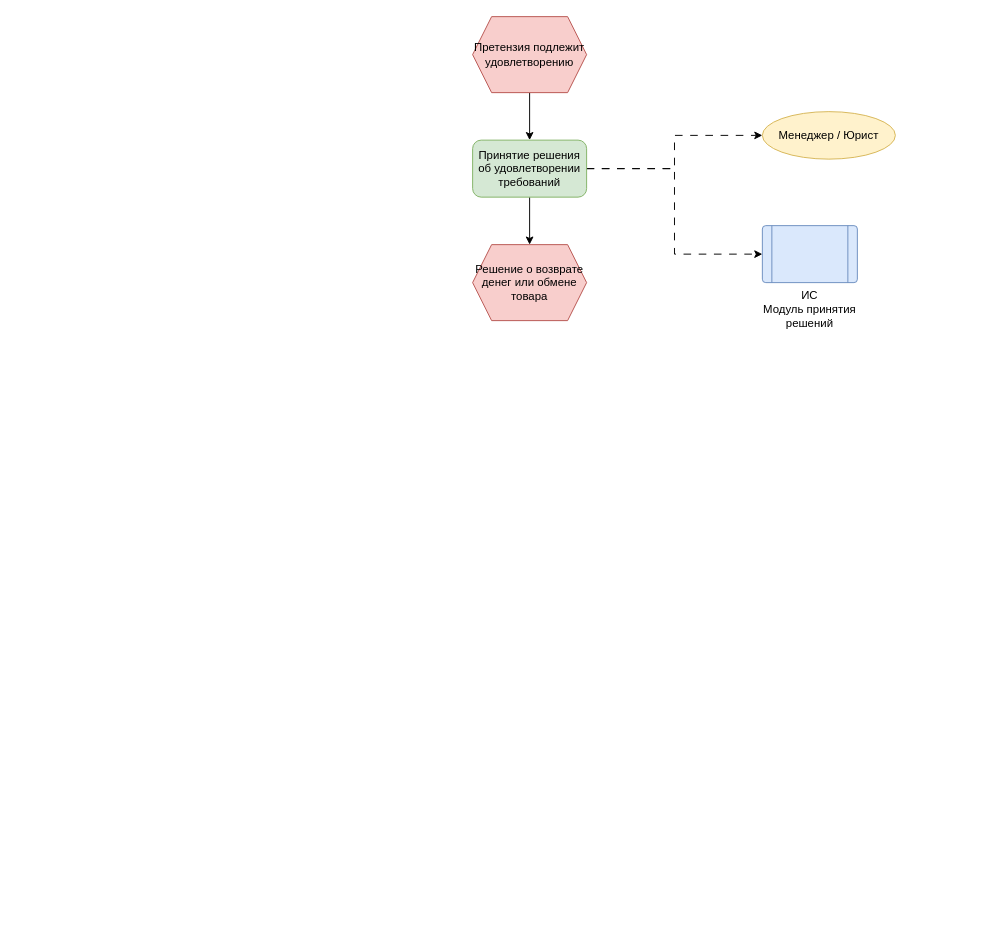
This is page "Page-3" (3 of 3) of Untitled Diagram.drawio from rxzzd/miabp, a draw.io file, before an edit. Source tidied: cells renumbered, new cells numbered last; positions are measured from the earlier drawing's top-left corner, leaving out a move shared by most shapes. Both pictures are drawn from the tidied source at 95%, with x=0, y=0 at pixel (472, 16).
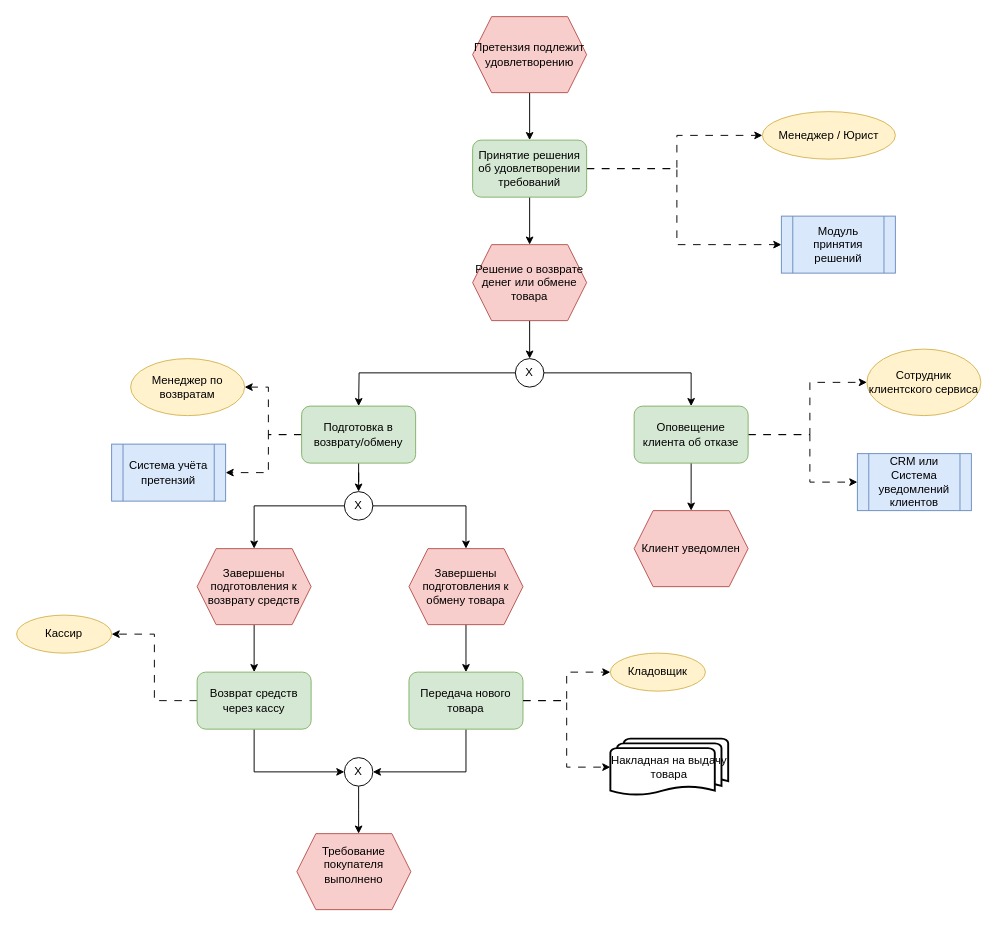
The same page after the edit.

Unchanged cells that the change refers to:
```xml
<mxCell id="7" value="Принятие решения об удовлетворении требований" style="rounded=1;whiteSpace=wrap;html=1;fillColor=#d5e8d4;strokeColor=#82b366;" parent="1" vertex="1">
  <mxGeometry y="130" width="120" height="60" as="geometry" />
</mxCell>
<mxCell id="8" value="&lt;p class=&quot;&quot;&gt;&lt;span&gt;Решение о возврате денег или обмене товара&lt;/span&gt;&lt;/p&gt;" style="shape=hexagon;perimeter=hexagonPerimeter2;whiteSpace=wrap;html=1;fixedSize=1;fillColor=#f8cecc;strokeColor=#b85450;" parent="1" vertex="1">
  <mxGeometry y="240" width="120" height="80" as="geometry" />
</mxCell>
<mxCell id="9" value="Менеджер / Юрист" style="ellipse;whiteSpace=wrap;html=1;fillColor=#fff2cc;strokeColor=#d6b656;" parent="1" vertex="1">
  <mxGeometry x="305" y="100" width="140" height="50" as="geometry" />
</mxCell>
```

The edit, as a diff of the source:
```diff
@@
     <mxCell id="5" style="edgeStyle=orthogonalEdgeStyle;rounded=0;jettySize=auto;html=1;entryX=0;entryY=0.5;entryDx=0;entryDy=0;dashed=1;dashPattern=8 8;" parent="1" edge="1" source="7" target="9">
-      <mxGeometry relative="1" as="geometry" />
+      <mxGeometry relative="1" as="geometry">
+        <Array as="points">
+          <mxPoint x="215" y="160" />
+          <mxPoint x="215" y="125" />
+        </Array>
+      </mxGeometry>
     </mxCell>
-    <mxCell id="6" style="edgeStyle=orthogonalEdgeStyle;rounded=0;jettySize=auto;html=1;entryX=0;entryY=0.5;entryDx=0;entryDy=0;dashed=1;dashPattern=8 8;" parent="1" edge="1" source="7" target="10">
-      <mxGeometry relative="1" as="geometry" />
+    <mxCell id="6" style="edgeStyle=orthogonalEdgeStyle;rounded=0;jettySize=auto;html=1;entryX=0;entryY=0.5;entryDx=0;entryDy=0;dashed=1;dashPattern=8 8;" parent="1" edge="1" source="7" target="12">
+      <mxGeometry relative="1" as="geometry">
+        <Array as="points">
+          <mxPoint x="215" y="160" />
+          <mxPoint x="215" y="240" />
+        </Array>
+      </mxGeometry>
     </mxCell>
@@
+    <mxCell id="11" style="edgeStyle=orthogonalEdgeStyle;rounded=0;jettySize=auto;html=1;entryX=0.5;entryY=0;entryDx=0;entryDy=0;" parent="1" edge="1" source="8" target="15">
+      <mxGeometry relative="1" as="geometry" />
+    </mxCell>
@@
-    <mxCell id="10" value="ИС&lt;div&gt;Модуль принятия решений&lt;/div&gt;" style="verticalLabelPosition=bottom;verticalAlign=top;html=1;shape=process;whiteSpace=wrap;rounded=1;size=0.09999999999999773;arcSize=6;fillColor=#dae8fc;strokeColor=#6c8ebf;" parent="1" vertex="1">
-      <mxGeometry x="305" y="220" width="100" height="60" as="geometry" />
-    </mxCell>
+    <mxCell id="12" value="&lt;div&gt;Модуль принятия решений&lt;/div&gt;" style="shape=process;whiteSpace=wrap;html=1;backgroundOutline=1;fillColor=#dae8fc;strokeColor=#6c8ebf;" parent="1" vertex="1">
+      <mxGeometry x="325" y="210" width="120" height="60" as="geometry" />
+    </mxCell>
+    <mxCell id="13" style="edgeStyle=orthogonalEdgeStyle;rounded=0;jettySize=auto;html=1;entryX=0.5;entryY=0;entryDx=0;entryDy=0;" parent="1" edge="1" source="15">
+      <mxGeometry relative="1" as="geometry">
+        <mxPoint x="-120" y="410" as="targetPoint" />
+      </mxGeometry>
+    </mxCell>
+    <mxCell id="14" style="edgeStyle=orthogonalEdgeStyle;rounded=0;jettySize=auto;html=1;entryX=0.5;entryY=0;entryDx=0;entryDy=0;" parent="1" edge="1" source="15" target="19">
+      <mxGeometry relative="1" as="geometry" />
+    </mxCell>
+    <mxCell id="15" value="X" style="ellipse;whiteSpace=wrap;html=1;" parent="1" vertex="1">
+      <mxGeometry x="45" y="360" width="30" height="30" as="geometry" />
+    </mxCell>
+    <mxCell id="16" style="edgeStyle=orthogonalEdgeStyle;rounded=0;jettySize=auto;html=1;entryX=0.5;entryY=0;entryDx=0;entryDy=0;" parent="1" edge="1" source="19" target="20">
+      <mxGeometry relative="1" as="geometry" />
+    </mxCell>
+    <mxCell id="17" style="edgeStyle=orthogonalEdgeStyle;rounded=0;jettySize=auto;html=1;entryX=0;entryY=0.5;entryDx=0;entryDy=0;dashed=1;dashPattern=8 8;" parent="1" edge="1" source="19" target="43">
+      <mxGeometry relative="1" as="geometry">
+        <Array as="points">
+          <mxPoint x="355" y="440" />
+          <mxPoint x="355" y="385" />
+        </Array>
+      </mxGeometry>
+    </mxCell>
+    <mxCell id="18" style="edgeStyle=orthogonalEdgeStyle;rounded=0;jettySize=auto;html=1;entryX=0;entryY=0.5;entryDx=0;entryDy=0;dashed=1;dashPattern=8 8;" parent="1" edge="1" source="19" target="44">
+      <mxGeometry relative="1" as="geometry">
+        <Array as="points">
+          <mxPoint x="355" y="440" />
+          <mxPoint x="355" y="490" />
+        </Array>
+      </mxGeometry>
+    </mxCell>
+    <mxCell id="19" value="Оповещение клиента об отказе" style="rounded=1;whiteSpace=wrap;html=1;fillColor=#d5e8d4;strokeColor=#82b366;" parent="1" vertex="1">
+      <mxGeometry x="170" y="410" width="120" height="60" as="geometry" />
+    </mxCell>
+    <mxCell id="20" value="Клиент уведомлен" style="shape=hexagon;perimeter=hexagonPerimeter2;whiteSpace=wrap;html=1;fixedSize=1;fillColor=#f8cecc;strokeColor=#b85450;" parent="1" vertex="1">
+      <mxGeometry x="170" y="520" width="120" height="80" as="geometry" />
+    </mxCell>
+    <mxCell id="21" style="edgeStyle=orthogonalEdgeStyle;rounded=0;jettySize=auto;html=1;entryX=0.5;entryY=0;entryDx=0;entryDy=0;" parent="1" edge="1" source="24" target="29">
+      <mxGeometry relative="1" as="geometry" />
+    </mxCell>
+    <mxCell id="22" style="edgeStyle=orthogonalEdgeStyle;rounded=0;jettySize=auto;html=1;entryX=1;entryY=0.5;entryDx=0;entryDy=0;dashed=1;dashPattern=8 8;" parent="1" edge="1" source="24" target="41">
+      <mxGeometry relative="1" as="geometry">
+        <Array as="points">
+          <mxPoint x="-215" y="440" />
+          <mxPoint x="-215" y="390" />
+        </Array>
+      </mxGeometry>
+    </mxCell>
+    <mxCell id="23" style="edgeStyle=orthogonalEdgeStyle;rounded=0;jettySize=auto;html=1;entryX=1;entryY=0.5;entryDx=0;entryDy=0;dashed=1;dashPattern=8 8;" parent="1" edge="1" source="24" target="42">
+      <mxGeometry relative="1" as="geometry">
+        <Array as="points">
+          <mxPoint x="-215" y="440" />
+          <mxPoint x="-215" y="480" />
+        </Array>
+      </mxGeometry>
+    </mxCell>
+    <mxCell id="24" value="Подготовка в возврату/обмену" style="rounded=1;whiteSpace=wrap;html=1;fillColor=#d5e8d4;strokeColor=#82b366;" parent="1" vertex="1">
+      <mxGeometry x="-180" y="410" width="120" height="60" as="geometry" />
+    </mxCell>
+    <mxCell id="25" style="edgeStyle=orthogonalEdgeStyle;rounded=0;jettySize=auto;html=1;" parent="1" edge="1" source="26" target="34">
+      <mxGeometry relative="1" as="geometry" />
+    </mxCell>
+    <mxCell id="26" value="Завершены подготовления к возврату средств" style="shape=hexagon;perimeter=hexagonPerimeter2;whiteSpace=wrap;html=1;fixedSize=1;fillColor=#f8cecc;strokeColor=#b85450;" parent="1" vertex="1">
+      <mxGeometry x="-290" y="560" width="120" height="80" as="geometry" />
+    </mxCell>
+    <mxCell id="27" style="edgeStyle=orthogonalEdgeStyle;rounded=0;jettySize=auto;html=1;entryX=0.5;entryY=0;entryDx=0;entryDy=0;" parent="1" edge="1" source="29" target="26">
+      <mxGeometry relative="1" as="geometry" />
+    </mxCell>
+    <mxCell id="28" style="edgeStyle=orthogonalEdgeStyle;rounded=0;jettySize=auto;html=1;entryX=0.5;entryY=0;entryDx=0;entryDy=0;" parent="1" edge="1" source="29" target="31">
+      <mxGeometry relative="1" as="geometry" />
+    </mxCell>
+    <mxCell id="29" value="X" style="ellipse;whiteSpace=wrap;html=1;" parent="1" vertex="1">
+      <mxGeometry x="-135" y="500" width="30" height="30" as="geometry" />
+    </mxCell>
+    <mxCell id="30" style="edgeStyle=orthogonalEdgeStyle;rounded=0;jettySize=auto;html=1;entryX=0.5;entryY=0;entryDx=0;entryDy=0;" parent="1" edge="1" source="31" target="37">
+      <mxGeometry relative="1" as="geometry" />
+    </mxCell>
+    <mxCell id="31" value="Завершены подготовления к обмену товара" style="shape=hexagon;perimeter=hexagonPerimeter2;whiteSpace=wrap;html=1;fixedSize=1;fillColor=#f8cecc;strokeColor=#b85450;" parent="1" vertex="1">
+      <mxGeometry x="-67" y="560" width="120" height="80" as="geometry" />
+    </mxCell>
+    <mxCell id="32" style="edgeStyle=orthogonalEdgeStyle;rounded=0;jettySize=auto;html=1;entryX=0;entryY=0.5;entryDx=0;entryDy=0;exitX=0.5;exitY=1;exitDx=0;exitDy=0;" parent="1" edge="1" source="34" target="39">
+      <mxGeometry relative="1" as="geometry" />
+    </mxCell>
+    <mxCell id="33" style="edgeStyle=orthogonalEdgeStyle;rounded=0;jettySize=auto;html=1;entryX=1;entryY=0.5;entryDx=0;entryDy=0;dashed=1;dashPattern=8 8;" parent="1" edge="1" source="34" target="45">
+      <mxGeometry relative="1" as="geometry" />
+    </mxCell>
+    <mxCell id="34" value="Возврат средств через кассу" style="rounded=1;whiteSpace=wrap;html=1;fillColor=#d5e8d4;strokeColor=#82b366;" parent="1" vertex="1">
+      <mxGeometry x="-290" y="690" width="120" height="60" as="geometry" />
+    </mxCell>
+    <mxCell id="35" style="edgeStyle=orthogonalEdgeStyle;rounded=0;jettySize=auto;html=1;entryX=1;entryY=0.5;entryDx=0;entryDy=0;exitX=0.5;exitY=1;exitDx=0;exitDy=0;" parent="1" edge="1" source="37" target="39">
+      <mxGeometry relative="1" as="geometry" />
+    </mxCell>
+    <mxCell id="36" style="edgeStyle=orthogonalEdgeStyle;rounded=0;jettySize=auto;html=1;entryX=0;entryY=0.5;entryDx=0;entryDy=0;dashed=1;dashPattern=8 8;" parent="1" edge="1" source="37" target="46">
+      <mxGeometry relative="1" as="geometry" />
+    </mxCell>
+    <mxCell id="37" value="Передача нового товара" style="rounded=1;whiteSpace=wrap;html=1;fillColor=#d5e8d4;strokeColor=#82b366;" parent="1" vertex="1">
+      <mxGeometry x="-67" y="690" width="120" height="60" as="geometry" />
+    </mxCell>
+    <mxCell id="38" style="edgeStyle=orthogonalEdgeStyle;rounded=0;jettySize=auto;html=1;" parent="1" edge="1" source="39">
+      <mxGeometry relative="1" as="geometry">
+        <mxPoint x="-120" y="860" as="targetPoint" />
+      </mxGeometry>
+    </mxCell>
+    <mxCell id="39" value="X" style="ellipse;whiteSpace=wrap;html=1;" parent="1" vertex="1">
+      <mxGeometry x="-135" y="780" width="30" height="30" as="geometry" />
+    </mxCell>
+    <mxCell id="40" value="&#10;Требование покупателя выполнено&#10;&#10;" style="shape=hexagon;perimeter=hexagonPerimeter2;whiteSpace=wrap;html=1;fixedSize=1;fillColor=#f8cecc;strokeColor=#b85450;" parent="1" vertex="1">
+      <mxGeometry x="-185" y="860" width="120" height="80" as="geometry" />
+    </mxCell>
+    <mxCell id="41" value="Менеджер по возвратам" style="ellipse;whiteSpace=wrap;html=1;fillColor=#fff2cc;strokeColor=#d6b656;" parent="1" vertex="1">
+      <mxGeometry x="-360" y="360" width="120" height="60" as="geometry" />
+    </mxCell>
+    <mxCell id="42" value="Система учёта претензий" style="shape=process;whiteSpace=wrap;html=1;backgroundOutline=1;fillColor=#dae8fc;strokeColor=#6c8ebf;" parent="1" vertex="1">
+      <mxGeometry x="-380" y="450" width="120" height="60" as="geometry" />
+    </mxCell>
+    <mxCell id="43" value="Сотрудник клиентского сервиса" style="ellipse;whiteSpace=wrap;html=1;fillColor=#fff2cc;strokeColor=#d6b656;" parent="1" vertex="1">
+      <mxGeometry x="415" y="350" width="120" height="70" as="geometry" />
+    </mxCell>
+    <mxCell id="44" value="CRM или Система уведомлений клиентов" style="shape=process;whiteSpace=wrap;html=1;backgroundOutline=1;fillColor=#dae8fc;strokeColor=#6c8ebf;" parent="1" vertex="1">
+      <mxGeometry x="405" y="460" width="120" height="60" as="geometry" />
+    </mxCell>
+    <mxCell id="45" value="Кассир" style="ellipse;whiteSpace=wrap;html=1;fillColor=#fff2cc;strokeColor=#d6b656;" parent="1" vertex="1">
+      <mxGeometry x="-480" y="630" width="100" height="40" as="geometry" />
+    </mxCell>
+    <mxCell id="46" value="Кладовщик" style="ellipse;whiteSpace=wrap;html=1;fillColor=#fff2cc;strokeColor=#d6b656;" parent="1" vertex="1">
+      <mxGeometry x="145" y="670" width="100" height="40" as="geometry" />
+    </mxCell>
+    <mxCell id="47" value="Накладная на выдачу товара" style="strokeWidth=2;html=1;shape=mxgraph.flowchart.multi-document;whiteSpace=wrap;" parent="1" vertex="1">
+      <mxGeometry x="145" y="760" width="124" height="60" as="geometry" />
+    </mxCell>
+    <mxCell id="48" style="edgeStyle=orthogonalEdgeStyle;rounded=0;jettySize=auto;html=1;entryX=0;entryY=0.5;entryDx=0;entryDy=0;entryPerimeter=0;dashed=1;dashPattern=8 8;" parent="1" edge="1" source="37" target="47">
+      <mxGeometry relative="1" as="geometry" />
+    </mxCell>
```
